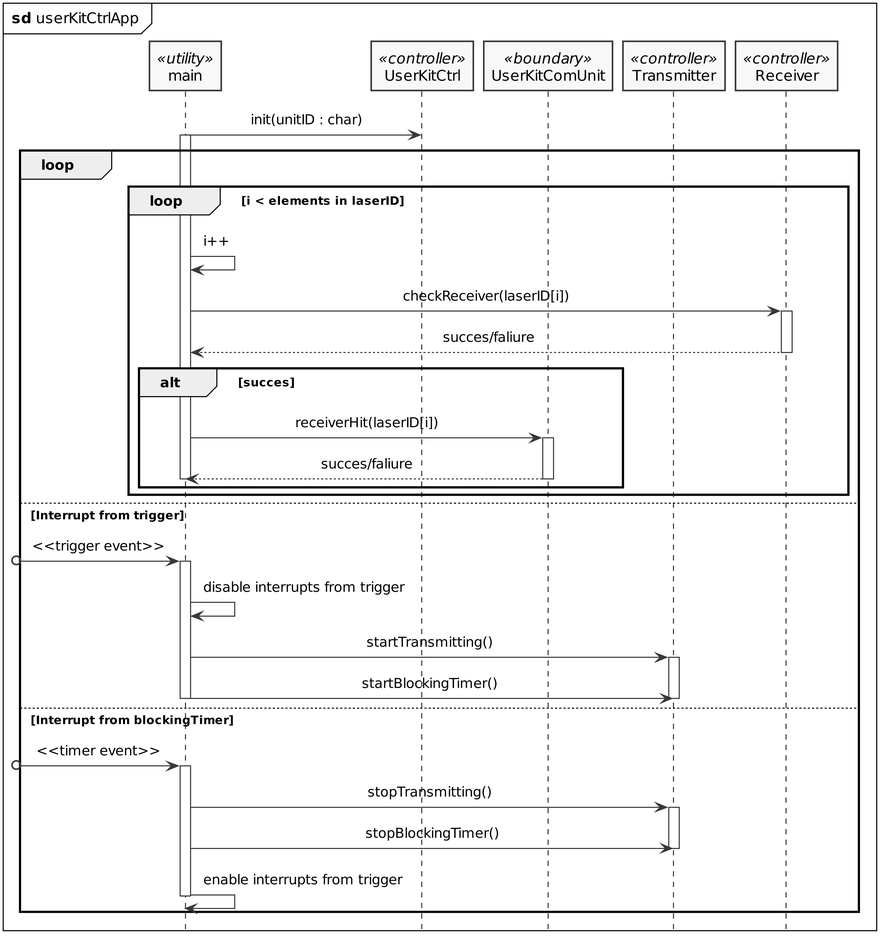
This is PlantUML/out/userKitCtrlApp_sd.png from LasseKrarup/Laser-Tag-Project, a PlantUML export, as it was before one commit.
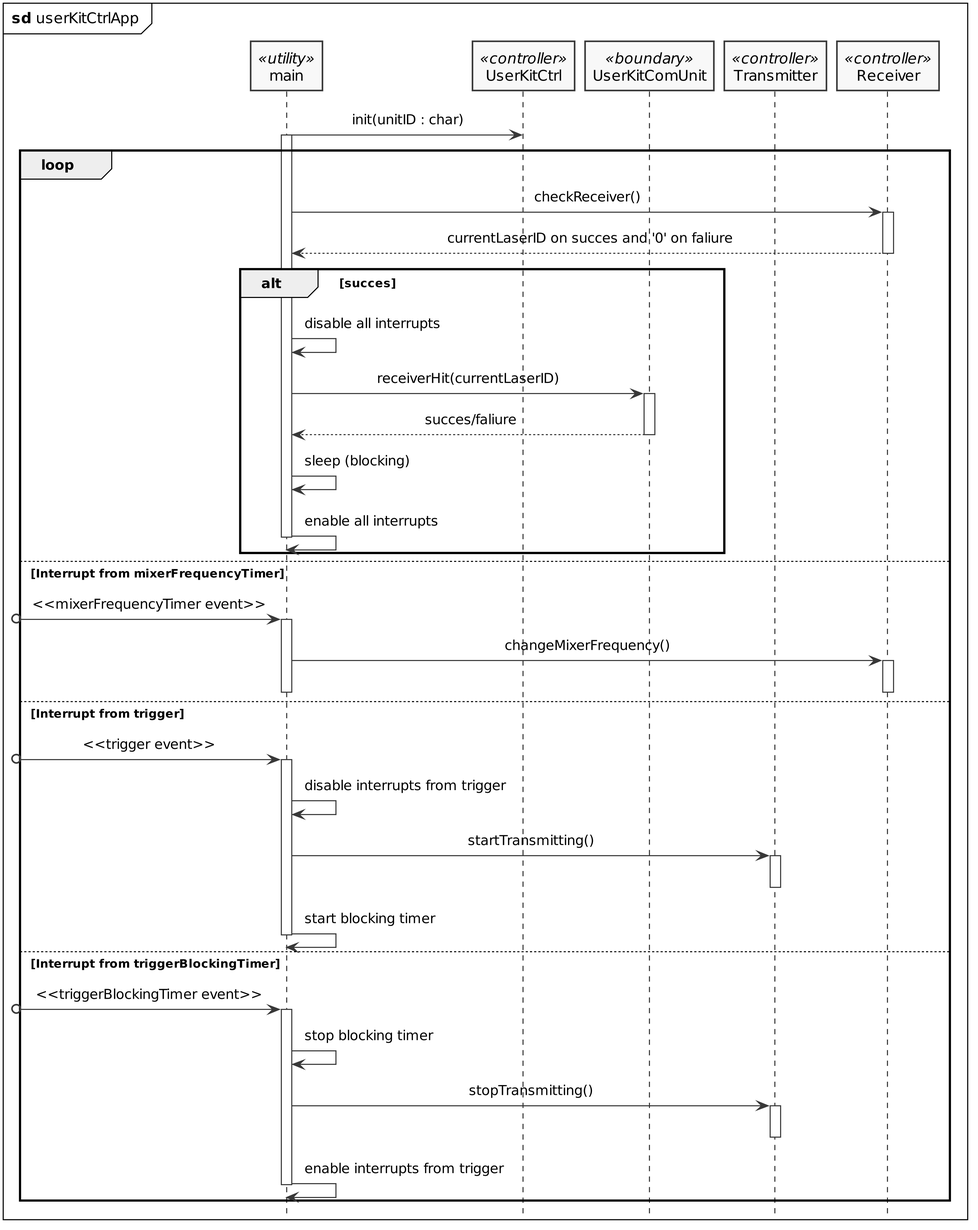
The same diagram one commit later.

What changed in the source:
```diff
@@ -22,36 +22,41 @@
 main -> UserKitCtrl: init(unitID : char)
 
 loop
-    loop i < elements in laserID
-        activate main
-        main -> main: i++
-        main -> Receiver++: checkReceiver(laserID[i])
+    activate main
+    main -> Receiver++: checkReceiver()
+    return currentLaserID on succes and '0' on faliure
+
+    alt succes
+        main -> main: disable all interrupts
+        main -> UserKitComUnit++: receiverHit(currentLaserID)
         return succes/faliure
+        main -> main: sleep (blocking)
+        main -> main: enable all interrupts
+        deactivate main
+    end
 
-        alt succes
-            main -> UserKitComUnit++: receiverHit(laserID[i])
-            return succes/faliure
-            deactivate main
-        end
-    end
+    else Interrupt from mixerFrequencyTimer
+    [o-> main: <<mixerFrequencyTimer event>>
+    activate main
+    main -> Receiver++: changeMixerFrequency()
+    deactivate main
+    deactivate Receiver
 
     else Interrupt from trigger
     [o-> main: <<trigger event>>
     activate main
     main -> main: disable interrupts from trigger
-    main -> Transmitter: startTransmitting()
-    activate Transmitter
-    main -> Transmitter: startBlockingTimer()
+    main -> Transmitter++: startTransmitting()
     deactivate Transmitter
+    main -> main: start blocking timer
     deactivate main
 
-    else Interrupt from blockingTimer
-    [o-> main: <<timer event>>
+    else Interrupt from triggerBlockingTimer
+    [o-> main: <<triggerBlockingTimer event>>
     activate main
 
-    main -> Transmitter: stopTransmitting()
-    activate Transmitter
-    main -> Transmitter: stopBlockingTimer()
+    main -> main: stop blocking timer
+    main -> Transmitter++: stopTransmitting()
     deactivate Transmitter
     main -> main: enable interrupts from trigger
     deactivate main
```
